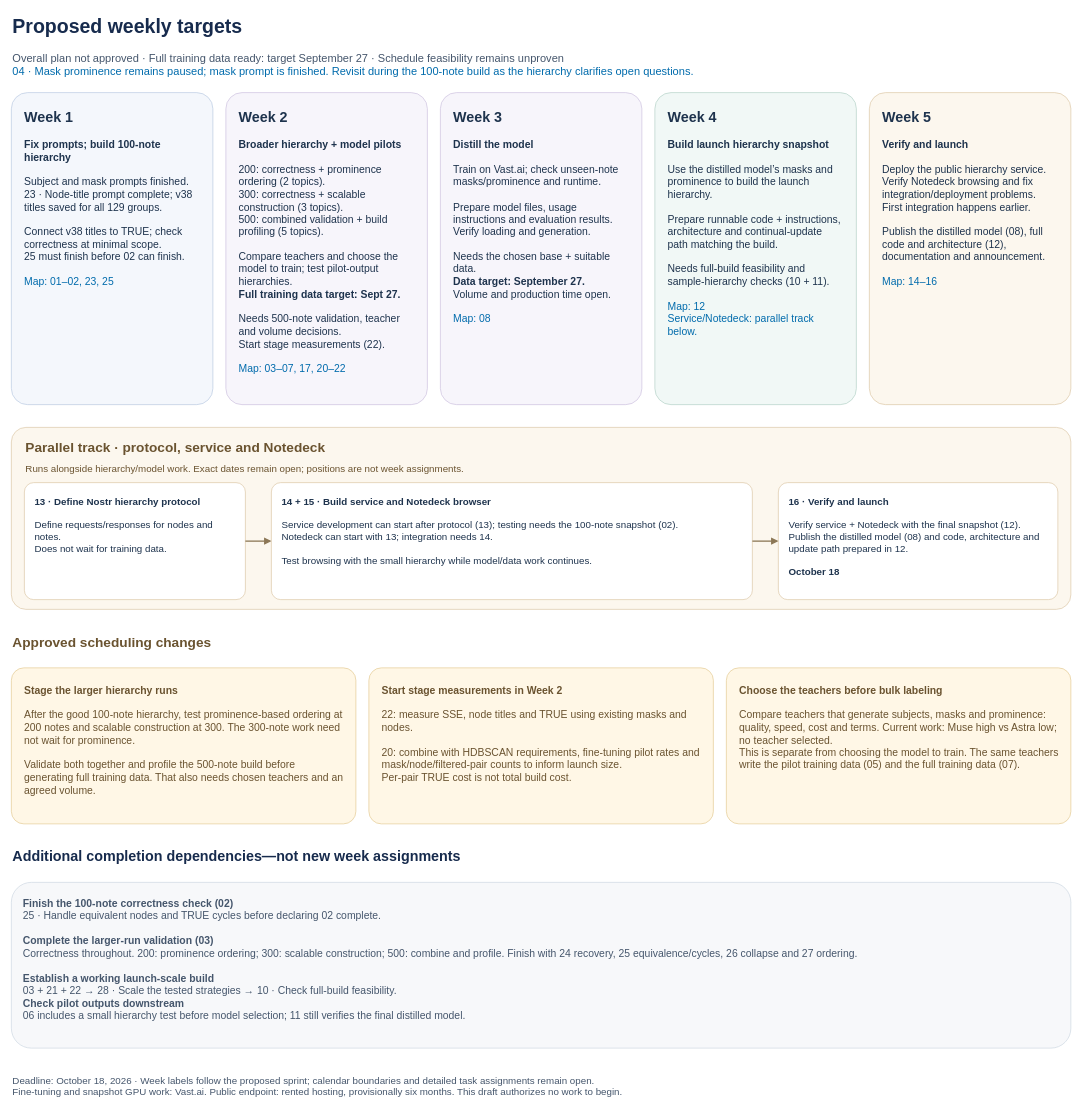
The draw.io diagram page "2 — Proposed weekly targets" (2 of 2) of docs/planning/october-18-release.drawio in kernelkind/oracle-research, before the edit. Source tidied: cells renumbered, new cells numbered last; positions are measured from the earlier drawing's top-left corner, leaving out a move shared by most shapes. Both pictures are drawn from the tidied source at 65%, with x=0, y=0 at pixel (11, 11).
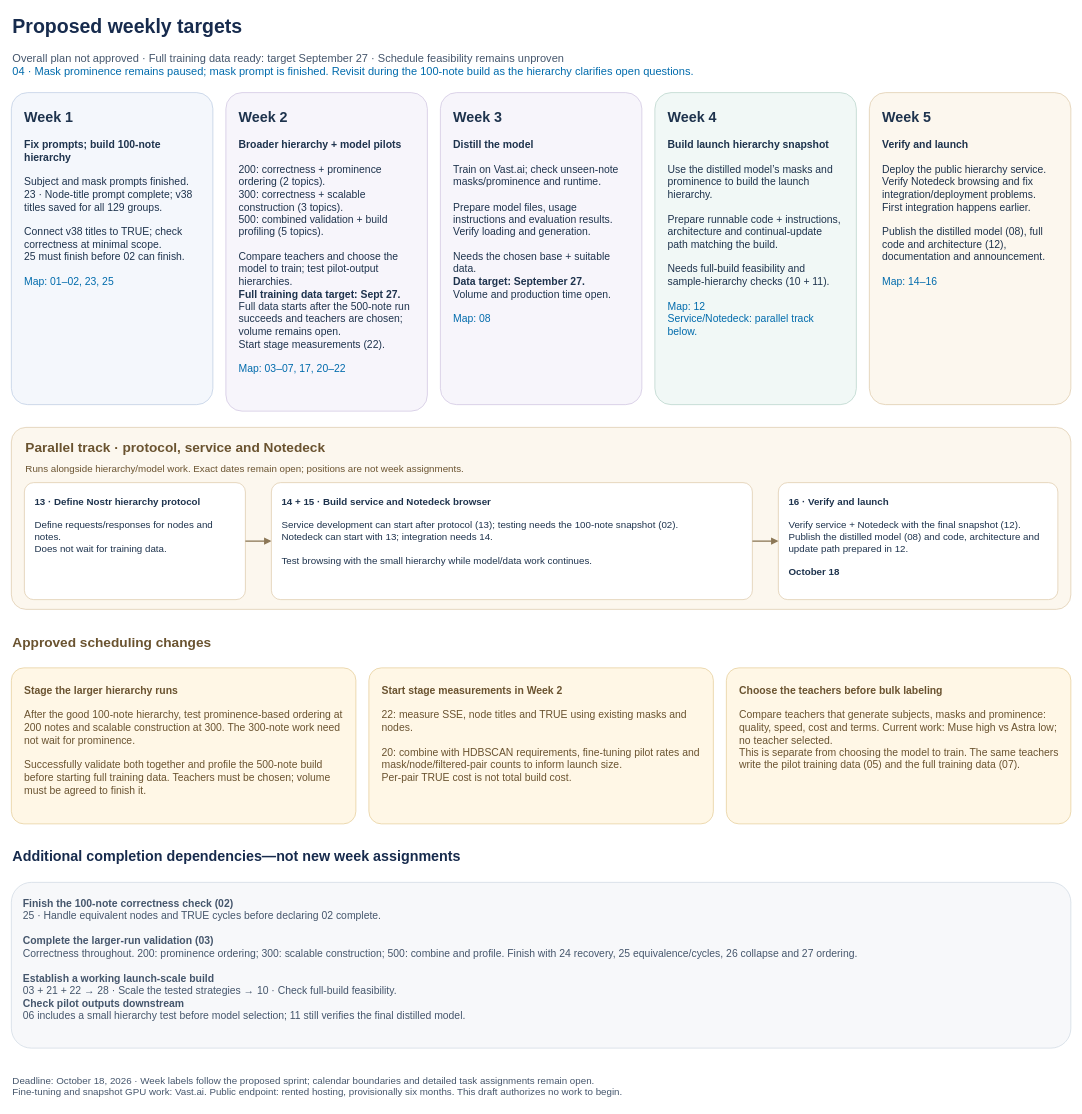
The same diagram, later.

Commit message (it also covers changes not shown here):
docs: gate full training data on successful 500-note run

Change to the diagram source:
```diff
@@
-    <mxCell id="5" value="&lt;font style=&quot;font-size:22px&quot;&gt;&lt;b&gt;Week 2&lt;/b&gt;&lt;/font&gt;&lt;br&gt;&lt;br&gt;&lt;b&gt;Broader hierarchy + model pilots&lt;/b&gt;&lt;br&gt;&lt;br&gt;200: correctness + prominence ordering (2 topics).&lt;br&gt;300: correctness + scalable construction (3 topics).&lt;br&gt;500: combined validation + build profiling (5 topics).&lt;br&gt;&lt;br&gt;Compare teachers and choose the model to train; test pilot-output hierarchies.&lt;br&gt;&lt;b&gt;Full training data target: Sept 27.&lt;/b&gt;&lt;br&gt;&lt;br&gt;Needs 500-note validation, teacher and volume decisions.&lt;br&gt;Start stage measurements (22).&lt;br&gt;&lt;br&gt;&lt;font color=&quot;light-dark(#6b7788, #bac6d3)&quot;&gt;Map: 03–07, 17, 20–22&lt;/font&gt;" style="rounded=1;arcSize=8;whiteSpace=wrap;html=1;fillColor=light-dark(#f7f5fb, #303c49);strokeColor=light-dark(#cbbfdd, #7c8da1);align=left;verticalAlign=top;spacing=20;fontSize=16;fontColor=light-dark(#1e334d, #e6edf3);" parent="1" vertex="1">
-      <mxGeometry x="330" y="125" width="310" height="480" as="geometry" />
+    <mxCell id="5" value="&lt;font style=&quot;font-size:22px&quot;&gt;&lt;b&gt;Week 2&lt;/b&gt;&lt;/font&gt;&lt;br&gt;&lt;br&gt;&lt;b&gt;Broader hierarchy + model pilots&lt;/b&gt;&lt;br&gt;&lt;br&gt;200: correctness + prominence ordering (2 topics).&lt;br&gt;300: correctness + scalable construction (3 topics).&lt;br&gt;500: combined validation + build profiling (5 topics).&lt;br&gt;&lt;br&gt;Compare teachers and choose the model to train; test pilot-output hierarchies.&lt;br&gt;&lt;b&gt;Full training data target: Sept 27.&lt;/b&gt;&lt;br&gt;Full data starts after the 500-note run succeeds and teachers are chosen; volume remains open.&lt;br&gt;Start stage measurements (22).&lt;br&gt;&lt;br&gt;&lt;font color=&quot;light-dark(#6b7788, #bac6d3)&quot;&gt;Map: 03–07, 17, 20–22&lt;/font&gt;" style="rounded=1;arcSize=8;whiteSpace=wrap;html=1;fillColor=light-dark(#f7f5fb, #303c49);strokeColor=light-dark(#cbbfdd, #7c8da1);align=left;verticalAlign=top;spacing=20;fontSize=16;fontColor=light-dark(#1e334d, #e6edf3);" parent="1" vertex="1">
+      <mxGeometry x="330" y="125" width="310" height="490" as="geometry" />
     </mxCell>
@@
-    <mxCell id="18" value="&lt;b&gt;Stage the larger hierarchy runs&lt;/b&gt;&lt;br&gt;&lt;br&gt;After the good 100-note hierarchy, test prominence-based ordering at 200 notes and scalable construction at 300. The 300-note work need not wait for prominence.&lt;br&gt;&lt;br&gt;Validate both together and profile the 500-note build before generating full training data. That also needs chosen teachers and an agreed volume." style="rounded=1;arcSize=8;whiteSpace=wrap;html=1;fillColor=light-dark(#fff7e6, #332d24);strokeColor=light-dark(#e2c88f, #7c8da1);align=left;verticalAlign=top;spacing=20;fontSize=16;fontColor=light-dark(#6a5330, #e6edf3);" parent="1" vertex="1">
+    <mxCell id="18" value="&lt;b&gt;Stage the larger hierarchy runs&lt;/b&gt;&lt;br&gt;&lt;br&gt;After the good 100-note hierarchy, test prominence-based ordering at 200 notes and scalable construction at 300. The 300-note work need not wait for prominence.&lt;br&gt;&lt;br&gt;Successfully validate both together and profile the 500-note build before starting full training data. Teachers must be chosen; volume must be agreed to finish it." style="rounded=1;arcSize=8;whiteSpace=wrap;html=1;fillColor=light-dark(#fff7e6, #332d24);strokeColor=light-dark(#e2c88f, #7c8da1);align=left;verticalAlign=top;spacing=20;fontSize=16;fontColor=light-dark(#6a5330, #e6edf3);" parent="1" vertex="1">
       <mxGeometry y="1010" width="530" height="240" as="geometry" />
     </mxCell>
```
